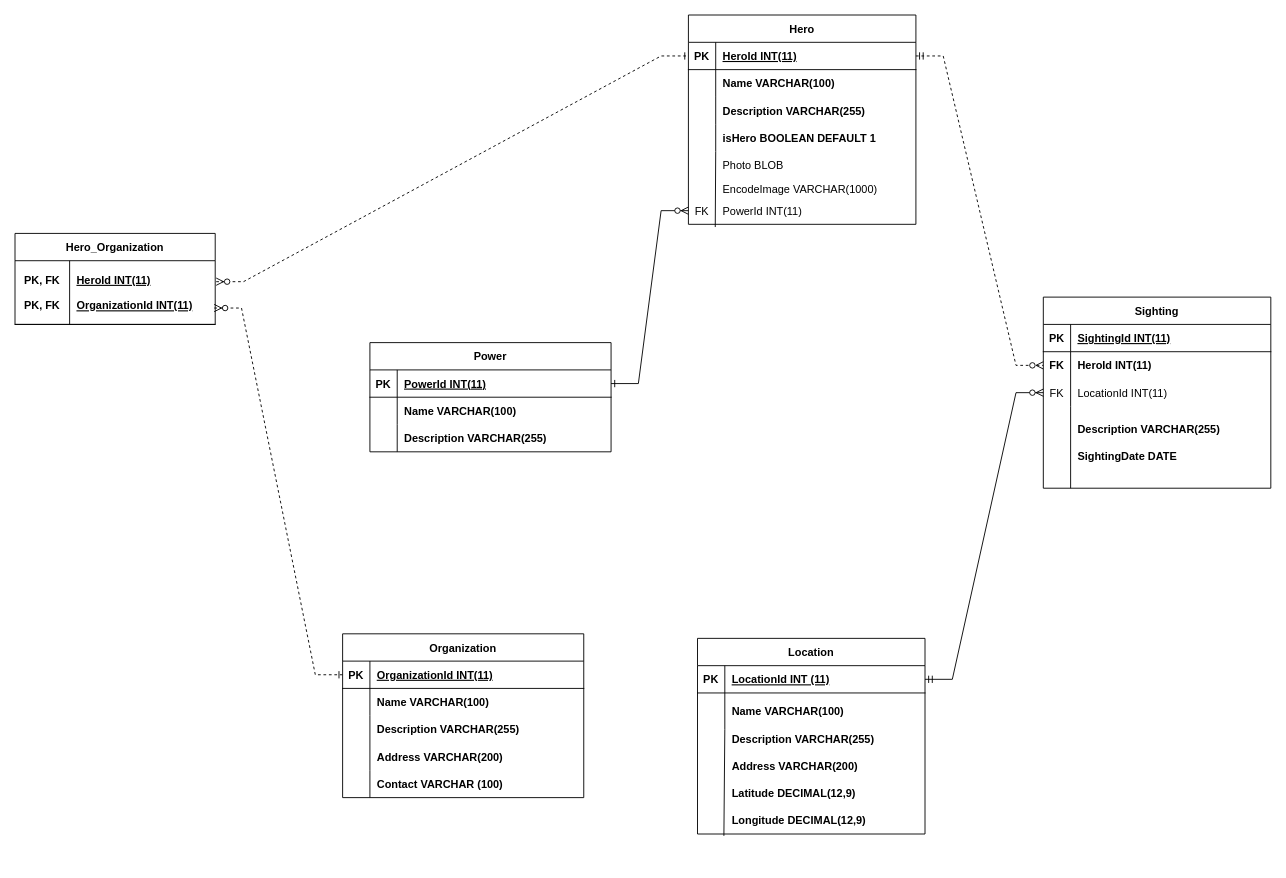
Before: SpringBootRESTfulWeb/ERD/SuperheroERD.drawio in xiaoyuzhang668/Java-Bootcamps, a draw.io diagram. Source tidied: cells renumbered, new cells numbered last; positions are measured from the earlier drawing's top-left corner, leaving out a move shared by most shapes. Both pictures are drawn from the tidied source at 91%, with x=0, y=0 at pixel (15, 15).
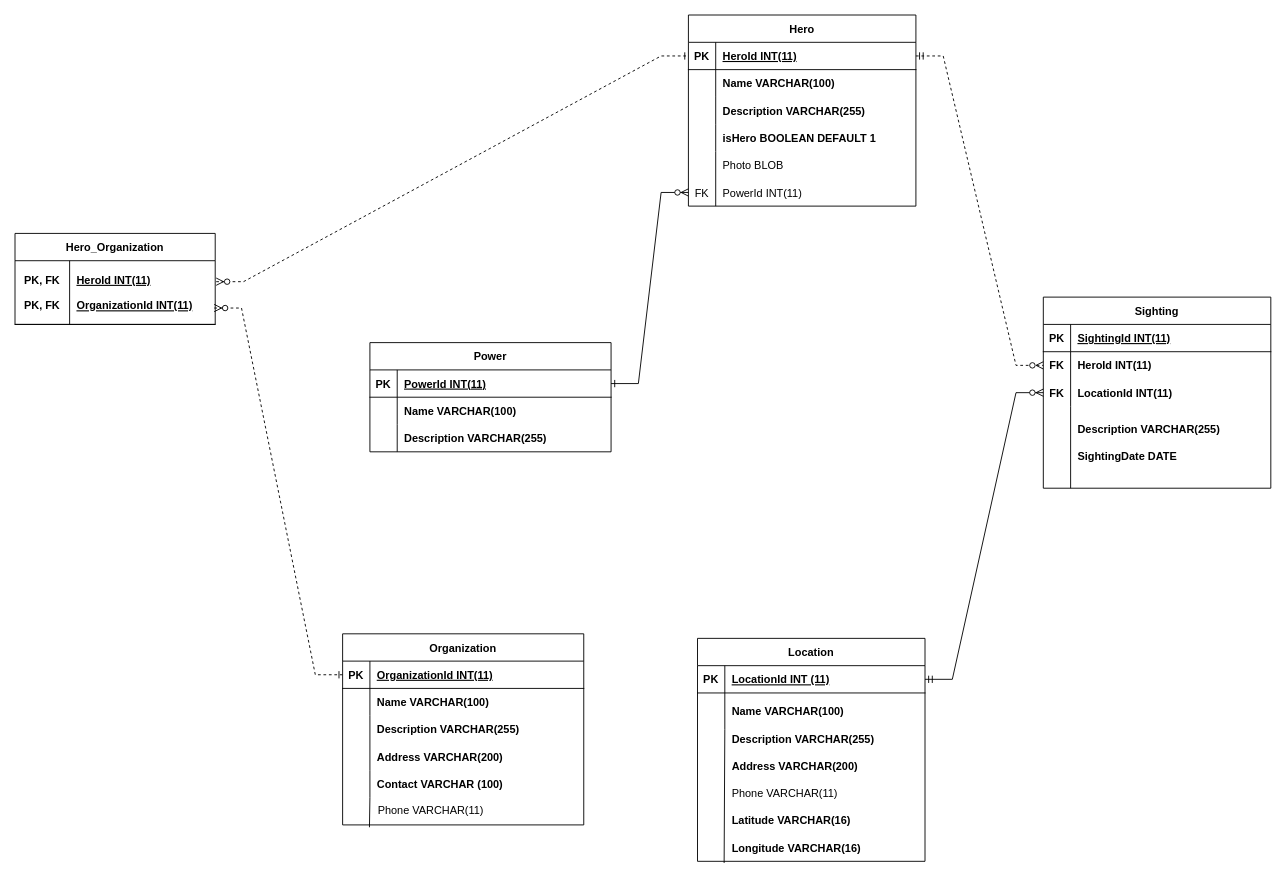
The same diagram, later.

The change refers to these unchanged cells:
```xml
<mxCell id="56" style="shape=partialRectangle;fillColor=none;top=0;left=0;right=0;bottom=0;" parent="1" vertex="1">
  <mxGeometry x="750" y="840" width="250" height="30" as="geometry" />
</mxCell>
<mxCell id="59" style="shape=partialRectangle;fillColor=none;points=[[0,0.5],[1,0.5]];portConstraint=eastwest;top=0;left=0;right=0;bottom=0;" parent="1" vertex="1">
  <mxGeometry x="750" y="870" width="250" height="30" as="geometry" />
</mxCell>
<mxCell id="80" style="shape=partialRectangle;fillColor=none;points=[[0,0.5],[1,0.5]];portConstraint=eastwest;top=0;left=0;right=0;bottom=0;" parent="73" vertex="1">
  <mxGeometry y="90" width="250" height="30" as="geometry" />
</mxCell>
```

Change to the diagram source:
```diff
@@
     <mxCell id="2" value="Hero" style="shape=table;startSize=30;childLayout=tableLayout;rowLines=0;fontStyle=1;align=center;" parent="1" vertex="1">
-      <mxGeometry x="740" width="250" height="230" as="geometry" />
+      <mxGeometry x="740" width="250" height="210" as="geometry" />
     </mxCell>
@@
     <mxCell id="15" value="Location" style="shape=table;startSize=30;childLayout=tableLayout;rowLines=0;fontStyle=1;align=center;" parent="1" vertex="1">
-      <mxGeometry x="750" y="685" width="250" height="215" as="geometry" />
+      <mxGeometry x="750" y="685" width="250" height="245" as="geometry" />
     </mxCell>
@@
     <mxCell id="22" value="Organization" style="shape=table;startSize=30;childLayout=tableLayout;rowLines=0;fontStyle=1;align=center;" parent="1" vertex="1">
-      <mxGeometry x="360" y="680" width="265" height="180" as="geometry" />
+      <mxGeometry x="360" y="680" width="265" height="210" as="geometry" />
     </mxCell>
@@
-    <mxCell id="53" style="endArrow=none;html=1;rounded=0;exitX=0.12;exitY=0.025;exitDx=0;exitDy=0;exitPerimeter=0;entryX=0.116;entryY=1.067;entryDx=0;entryDy=0;entryPerimeter=0;" parent="1" edge="1" target="59">
+    <mxCell id="53" style="endArrow=none;html=1;rounded=0;exitX=0.12;exitY=0.025;exitDx=0;exitDy=0;exitPerimeter=0;entryX=0.117;entryY=1.06;entryDx=0;entryDy=0;entryPerimeter=0;" parent="1" edge="1" target="100">
       <mxGeometry relative="1" as="geometry">
         <mxPoint x="780" y="785" as="sourcePoint" />
       </mxGeometry>
     </mxCell>
@@
-    <mxCell id="58" value="Latitude DECIMAL(12,9)" style="shape=partialRectangle;overflow=hidden;fillColor=none;top=0;left=0;bottom=0;right=0;align=left;spacingLeft=6;fontStyle=1;" parent="56" vertex="1">
+    <mxCell id="58" value="Phone VARCHAR(11)" style="shape=partialRectangle;overflow=hidden;fillColor=none;top=0;left=0;bottom=0;right=0;align=left;spacingLeft=6;fontStyle=0;" parent="56" vertex="1">
       <mxGeometry x="30" width="220" height="30" as="geometry" />
     </mxCell>
@@
-    <mxCell id="61" value="Longitude DECIMAL(12,9)" style="shape=partialRectangle;overflow=hidden;fillColor=none;top=0;left=0;bottom=0;right=0;align=left;spacingLeft=6;fontStyle=1;" parent="59" vertex="1">
+    <mxCell id="61" value="Latitude VARCHAR(16)" style="shape=partialRectangle;overflow=hidden;fillColor=none;top=0;left=0;bottom=0;right=0;align=left;spacingLeft=6;fontStyle=1;" parent="59" vertex="1">
       <mxGeometry x="30" width="220" height="30" as="geometry" />
     </mxCell>
@@
-    <mxCell id="81" value="FK" style="shape=partialRectangle;overflow=hidden;fillColor=none;top=0;left=0;bottom=0;right=0;fontStyle=0;" parent="80" vertex="1">
+    <mxCell id="81" value="FK" style="shape=partialRectangle;overflow=hidden;fillColor=none;top=0;left=0;bottom=0;right=0;fontStyle=1;" parent="80" vertex="1">
       <mxGeometry width="30" height="30" as="geometry" />
     </mxCell>
-    <mxCell id="82" value="LocationId INT(11)" style="shape=partialRectangle;overflow=hidden;fillColor=none;top=0;left=0;bottom=0;right=0;align=left;spacingLeft=6;fontStyle=0;" parent="80" vertex="1">
+    <mxCell id="82" value="LocationId INT(11)" style="shape=partialRectangle;overflow=hidden;fillColor=none;top=0;left=0;bottom=0;right=0;align=left;spacingLeft=6;fontStyle=1;" parent="80" vertex="1">
       <mxGeometry x="30" width="220" height="30" as="geometry" />
     </mxCell>
@@
     <mxCell id="92" style="shape=partialRectangle;fillColor=none;points=[[0,0.5],[1,0.5]];portConstraint=eastwest;top=0;left=0;right=0;bottom=0;" parent="1" vertex="1">
-      <mxGeometry x="740" y="200" width="250" height="30" as="geometry" />
+      <mxGeometry x="740" y="180" width="250" height="30" as="geometry" />
     </mxCell>
@@
-    <mxCell id="95" style="endArrow=none;html=1;rounded=0;exitX=0.118;exitY=1.1;exitDx=0;exitDy=0;exitPerimeter=0;" parent="1" edge="1" source="92">
+    <mxCell id="95" style="endArrow=none;html=1;rounded=0;" parent="1" edge="1">
       <mxGeometry relative="1" as="geometry">
+        <mxPoint x="770" y="210" as="sourcePoint" />
         <mxPoint x="770" y="150" as="targetPoint" />
       </mxGeometry>
     </mxCell>
@@
-    <mxCell id="98" style="shape=partialRectangle;fillColor=none;top=0;left=0;right=0;bottom=0;" parent="1" vertex="1">
-      <mxGeometry x="740" y="176" width="250" height="30" as="geometry" />
-    </mxCell>
-    <mxCell id="99" value="EncodeImage VARCHAR(1000)" style="shape=partialRectangle;overflow=hidden;fillColor=none;top=0;left=0;bottom=0;right=0;align=left;spacingLeft=6;fontStyle=0;" parent="98" vertex="1">
-      <mxGeometry x="30" width="220" height="30" as="geometry" />
-    </mxCell>
+    <mxCell id="100" style="shape=partialRectangle;fillColor=none;points=[[0,0.5],[1,0.5]];portConstraint=eastwest;top=0;left=0;right=0;bottom=0;" parent="1" vertex="1">
+      <mxGeometry x="750" y="900" width="250" height="30" as="geometry" />
+    </mxCell>
+    <mxCell id="101" style="shape=partialRectangle;overflow=hidden;fillColor=none;top=0;left=0;bottom=0;right=0;fontStyle=1;" parent="100" vertex="1">
+      <mxGeometry width="30" height="30" as="geometry" />
+    </mxCell>
+    <mxCell id="102" value="Longitude VARCHAR(16)" style="shape=partialRectangle;overflow=hidden;fillColor=none;top=0;left=0;bottom=0;right=0;align=left;spacingLeft=6;fontStyle=1;" parent="100" vertex="1">
+      <mxGeometry x="30" width="220" height="30" as="geometry" />
+    </mxCell>
+    <mxCell id="103" style="shape=partialRectangle;fillColor=none;top=0;left=0;right=0;bottom=0;" parent="1" vertex="1">
+      <mxGeometry x="361" y="858" width="250" height="30" as="geometry" />
+    </mxCell>
+    <mxCell id="104" style="shape=partialRectangle;overflow=hidden;fillColor=none;top=0;left=0;bottom=0;right=0;fontStyle=1;" parent="103" vertex="1">
+      <mxGeometry width="30" height="30" as="geometry" />
+    </mxCell>
+    <mxCell id="105" value="Phone VARCHAR(11)" style="shape=partialRectangle;overflow=hidden;fillColor=none;top=0;left=0;bottom=0;right=0;align=left;spacingLeft=6;fontStyle=0;" parent="103" vertex="1">
+      <mxGeometry x="30" width="220" height="30" as="geometry" />
+    </mxCell>
+    <mxCell id="106" style="endArrow=none;html=1;rounded=0;exitX=0.118;exitY=1.153;exitDx=0;exitDy=0;exitPerimeter=0;" parent="1" edge="1">
+      <mxGeometry relative="1" as="geometry">
+        <mxPoint x="389.5" y="892.6" as="sourcePoint" />
+        <mxPoint x="390" y="860" as="targetPoint" />
+      </mxGeometry>
+    </mxCell>
```
